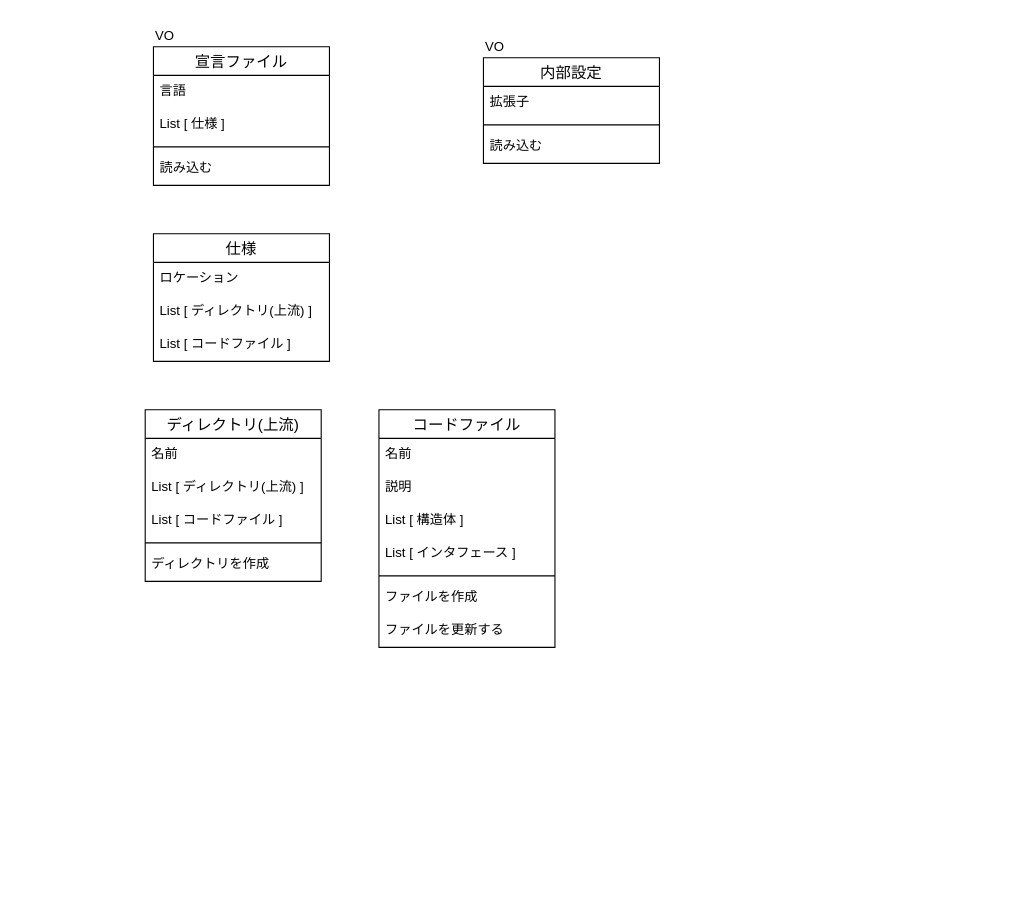
asweed888/clerk keeps this draw.io diagram as design.dio. Above is the earlier version. Source tidied: cells renumbered, new cells numbered last; positions are measured from the earlier drawing's top-left corner, leaving out a move shared by most shapes. Both pictures are drawn from the tidied source at 110%, with x=0, y=0 at pixel (136, 19).
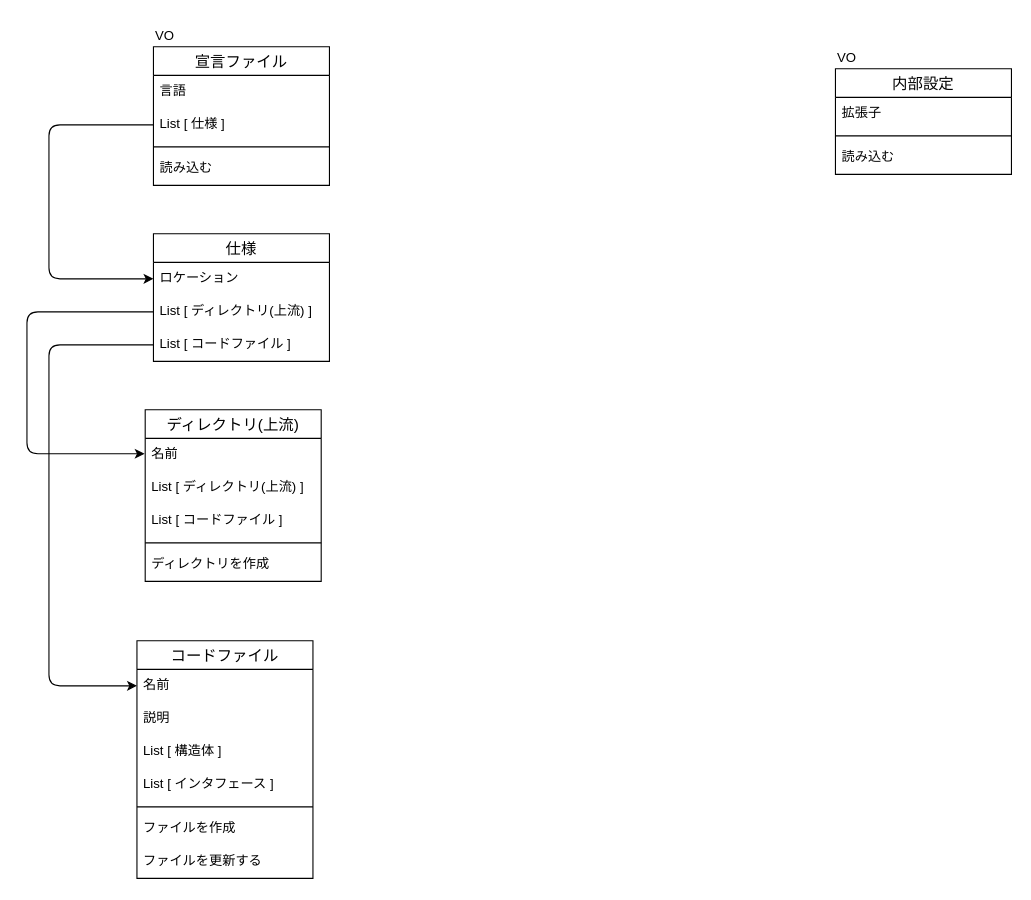
After the change.

Commit message:
リレーションを追加

Unchanged cells that the change refers to:
```xml
<mxCell id="5" value="List [ 仕様 ]" style="text;strokeColor=none;fillColor=none;spacingLeft=4;spacingRight=4;overflow=hidden;points=[[0,0.5],[1,0.5]];portConstraint=eastwest;fontSize=12;" parent="3" vertex="1">
  <mxGeometry y="56" width="160" height="30" as="geometry" />
</mxCell>
<mxCell id="16" value="ロケーション" style="text;strokeColor=none;fillColor=none;spacingLeft=4;spacingRight=4;overflow=hidden;points=[[0,0.5],[1,0.5]];portConstraint=eastwest;fontSize=12;" parent="15" vertex="1">
  <mxGeometry y="26" width="160" height="30" as="geometry" />
</mxCell>
<mxCell id="17" value="List [ ディレクトリ(上流) ]" style="text;strokeColor=none;fillColor=none;spacingLeft=4;spacingRight=4;overflow=hidden;points=[[0,0.5],[1,0.5]];portConstraint=eastwest;fontSize=12;" parent="15" vertex="1">
  <mxGeometry y="56" width="160" height="30" as="geometry" />
</mxCell>
<mxCell id="18" value="List [ コードファイル ]" style="text;strokeColor=none;fillColor=none;spacingLeft=4;spacingRight=4;overflow=hidden;points=[[0,0.5],[1,0.5]];portConstraint=eastwest;fontSize=12;" parent="15" vertex="1">
  <mxGeometry y="86" width="160" height="30" as="geometry" />
</mxCell>
<mxCell id="26" value="名前" style="text;strokeColor=none;fillColor=none;spacingLeft=4;spacingRight=4;overflow=hidden;points=[[0,0.5],[1,0.5]];portConstraint=eastwest;fontSize=12;" parent="25" vertex="1">
  <mxGeometry y="26" width="160" height="30" as="geometry" />
</mxCell>
```

Diff of the diagram source:
```diff
@@
     <mxCell id="9" style="group;" parent="1" vertex="1">
-      <mxGeometry x="300" y="15" width="175" height="106" as="geometry" />
+      <mxGeometry x="620" y="25" width="175" height="106" as="geometry" />
     </mxCell>
@@
     <mxCell id="25" value="コードファイル" style="swimlane;fontStyle=0;horizontal=1;startSize=26;align=center;fontSize=14;" parent="1" vertex="1">
-      <mxGeometry x="220" y="355" width="160" height="216" as="geometry" />
+      <mxGeometry y="565" width="160" height="216" as="geometry" />
     </mxCell>
@@
+    <mxCell id="33" style="edgeStyle=orthogonalEdgeStyle;html=1;elbow=vertical;entryX=0;entryY=0.5;entryDx=0;entryDy=0;" parent="1" edge="1" source="5" target="16">
+      <mxGeometry relative="1" as="geometry">
+        <Array as="points">
+          <mxPoint x="-80" y="96" />
+          <mxPoint x="-80" y="236" />
+        </Array>
+      </mxGeometry>
+    </mxCell>
+    <mxCell id="34" style="edgeStyle=orthogonalEdgeStyle;html=1;elbow=vertical;" parent="1" edge="1" source="17">
+      <mxGeometry relative="1" as="geometry">
+        <mxPoint x="7" y="395" as="targetPoint" />
+        <Array as="points">
+          <mxPoint x="-100" y="266" />
+          <mxPoint x="-100" y="395" />
+        </Array>
+      </mxGeometry>
+    </mxCell>
+    <mxCell id="35" style="edgeStyle=orthogonalEdgeStyle;html=1;entryX=0;entryY=0.5;entryDx=0;entryDy=0;elbow=vertical;" parent="1" edge="1" source="18" target="26">
+      <mxGeometry relative="1" as="geometry">
+        <Array as="points">
+          <mxPoint x="-80" y="296" />
+          <mxPoint x="-80" y="606" />
+        </Array>
+      </mxGeometry>
+    </mxCell>
```
